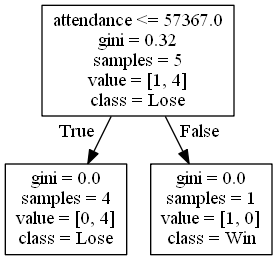
Above: DecisionTrees/Pac-12decision_tree_no_score2.png in alexana-steck/CSE482Project (Graphviz), before the change. Its source is kept beside it as DecisionTrees/Pac-12decision_tree_no_score2.dot. Source of this version:
```dot
digraph Tree {
node [shape=box] ;
0 [label="attendance <= 57367.0\ngini = 0.32\nsamples = 5\nvalue = [1, 4]\nclass = Lose"] ;
1 [label="gini = 0.0\nsamples = 4\nvalue = [0, 4]\nclass = Lose"] ;
0 -> 1 [labeldistance=2.5, labelangle=45, headlabel="True"] ;
2 [label="gini = 0.0\nsamples = 1\nvalue = [1, 0]\nclass = Win"] ;
0 -> 2 [labeldistance=2.5, labelangle=-45, headlabel="False"] ;
}
```
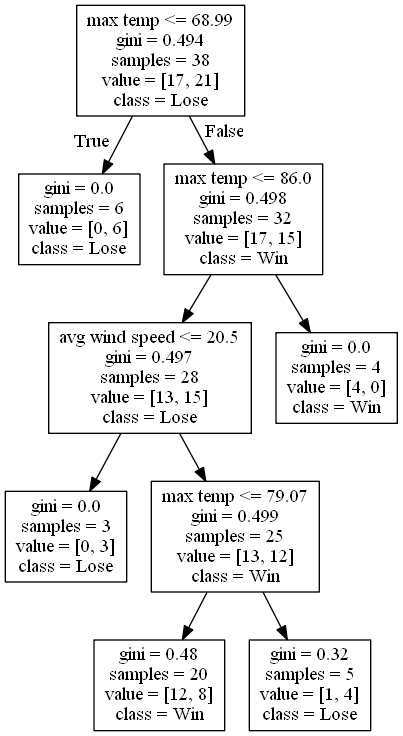
After the change.

Diff of the diagram source:
```diff
@@ -1,8 +1,20 @@
 digraph Tree {
 node [shape=box] ;
-0 [label="attendance <= 57367.0\ngini = 0.32\nsamples = 5\nvalue = [1, 4]\nclass = Lose"] ;
-1 [label="gini = 0.0\nsamples = 4\nvalue = [0, 4]\nclass = Lose"] ;
+0 [label="max temp <= 68.99\ngini = 0.494\nsamples = 38\nvalue = [17, 21]\nclass = Lose"] ;
+1 [label="gini = 0.0\nsamples = 6\nvalue = [0, 6]\nclass = Lose"] ;
 0 -> 1 [labeldistance=2.5, labelangle=45, headlabel="True"] ;
-2 [label="gini = 0.0\nsamples = 1\nvalue = [1, 0]\nclass = Win"] ;
+2 [label="max temp <= 86.0\ngini = 0.498\nsamples = 32\nvalue = [17, 15]\nclass = Win"] ;
 0 -> 2 [labeldistance=2.5, labelangle=-45, headlabel="False"] ;
+3 [label="avg wind speed <= 20.5\ngini = 0.497\nsamples = 28\nvalue = [13, 15]\nclass = Lose"] ;
+2 -> 3 ;
+4 [label="gini = 0.0\nsamples = 3\nvalue = [0, 3]\nclass = Lose"] ;
+3 -> 4 ;
+5 [label="max temp <= 79.07\ngini = 0.499\nsamples = 25\nvalue = [13, 12]\nclass = Win"] ;
+3 -> 5 ;
+6 [label="gini = 0.48\nsamples = 20\nvalue = [12, 8]\nclass = Win"] ;
+5 -> 6 ;
+7 [label="gini = 0.32\nsamples = 5\nvalue = [1, 4]\nclass = Lose"] ;
+5 -> 7 ;
+8 [label="gini = 0.0\nsamples = 4\nvalue = [4, 0]\nclass = Win"] ;
+2 -> 8 ;
 }
```
